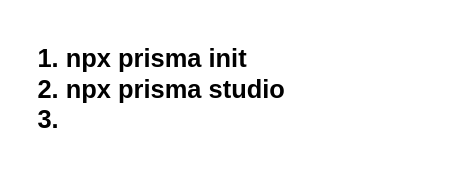
Earlier version of the draw.io diagram page "prisma" (1 of 4) of nestjs.drawio (goldmine/base). Source tidied: cells renumbered, new cells numbered last; positions are measured from the earlier drawing's top-left corner, leaving out a move shared by most shapes. Both pictures are drawn from the tidied source at 106%, with x=0, y=0 at pixel (18, 29).
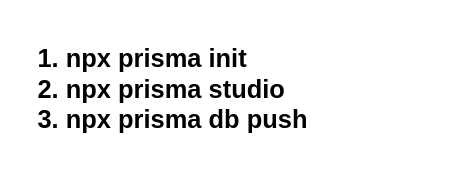
The same diagram, later.

The edit, as a diff of the source:
```diff
@@
 <mxGraphModel>
   <root>
     <mxCell id="0" />
     <mxCell id="1" parent="0" />
-    <mxCell id="2" value="&lt;h1&gt;&lt;ol&gt;&lt;li&gt;npx prisma init&lt;/li&gt;&lt;li&gt;npx prisma studio&amp;nbsp;&lt;/li&gt;&lt;li&gt;&lt;br&gt;&lt;/li&gt;&lt;/ol&gt;&lt;/h1&gt;&lt;div&gt;&lt;br&gt;&lt;/div&gt;" style="text;html=1;strokeColor=none;fillColor=none;spacing=5;spacingTop=-20;whiteSpace=wrap;overflow=hidden;rounded=0;" parent="1" vertex="1">
+    <mxCell id="2" value="&lt;h1&gt;&lt;ol&gt;&lt;li&gt;npx prisma init&lt;/li&gt;&lt;li&gt;npx prisma studio&amp;nbsp;&lt;/li&gt;&lt;li&gt;npx prisma db push&lt;/li&gt;&lt;/ol&gt;&lt;/h1&gt;&lt;div&gt;&lt;br&gt;&lt;/div&gt;" style="text;html=1;strokeColor=none;fillColor=none;spacing=5;spacingTop=-20;whiteSpace=wrap;overflow=hidden;rounded=0;" parent="1" vertex="1">
       <mxGeometry width="390" height="130" as="geometry" />
     </mxCell>
   </root>
 </mxGraphModel>
```
